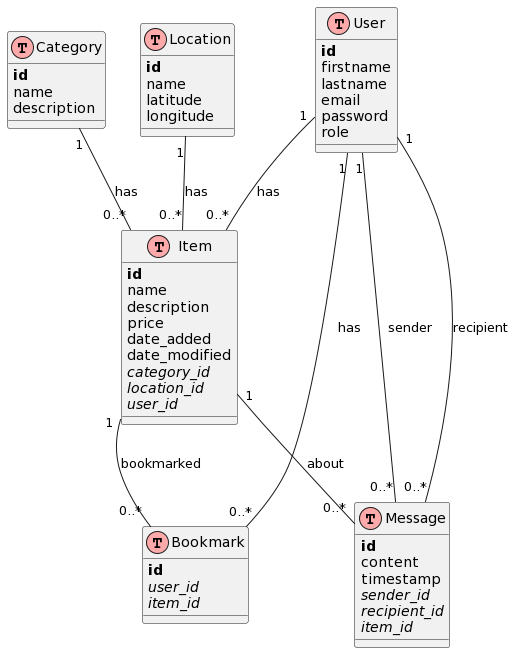
Before: assets/img/ER.png, a diagram exported from PlantUML (Stianlyng/svinn).
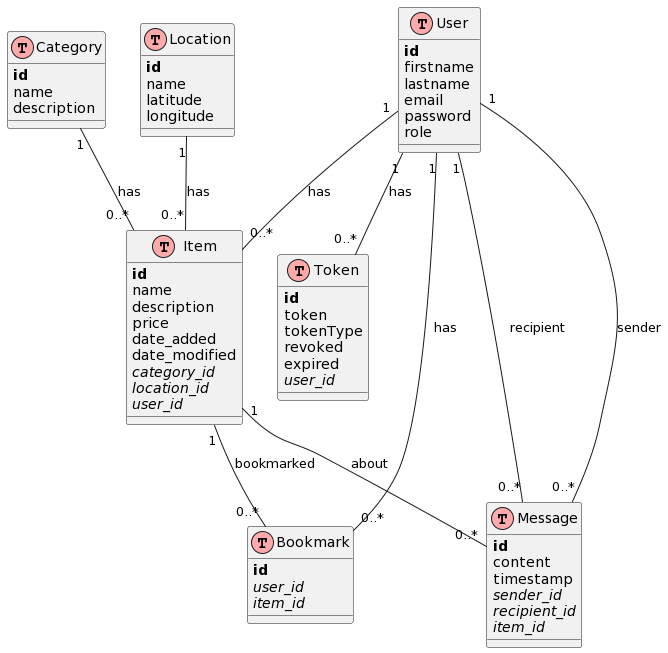
After the change.

Change to the diagram source:
```diff
@@ -52,10 +52,20 @@
   foreign_key(item_id)
 }
 
+Table(token, "Token") {
+  primary_key(id)
+  token
+  tokenType
+  revoked
+  expired
+  foreign_key(user_id)
+}
+
 user "1" -- "0..*" item : has
 user "1" -- "0..*" message : sender
 user "1" -- "0..*" message : recipient
 user "1" -- "0..*" bookmark : has
+user "1" -- "0..*" token : has
 category "1" -- "0..*" item : has
 location "1" -- "0..*" item : has
 item "1" -- "0..*" message : about
```
